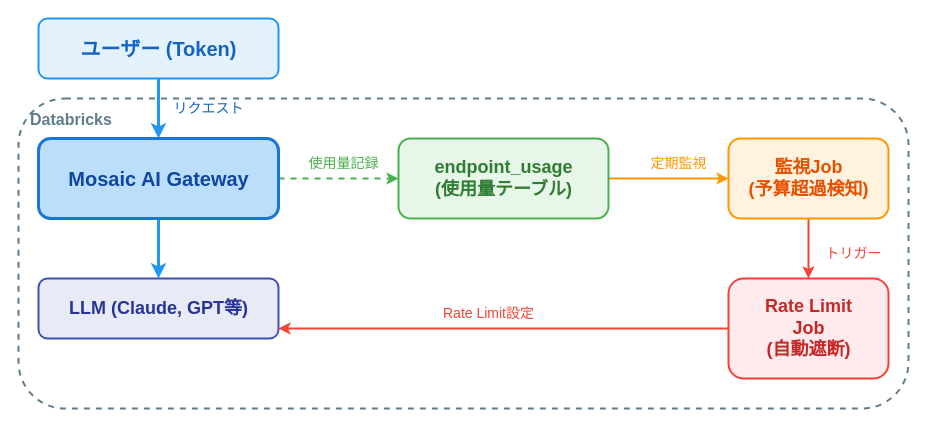
Above: assets/2026-01-27-jedai-ai-gateway/overall-architecture.drawio in i9wa4/i9wa4.github.io (draw.io), before the change. Source tidied: cells renumbered, new cells numbered last; positions are measured from the earlier drawing's top-left corner, leaving out a move shared by most shapes. Both pictures are drawn from the tidied source at 100%, with x=0, y=0 at pixel (18, 18).
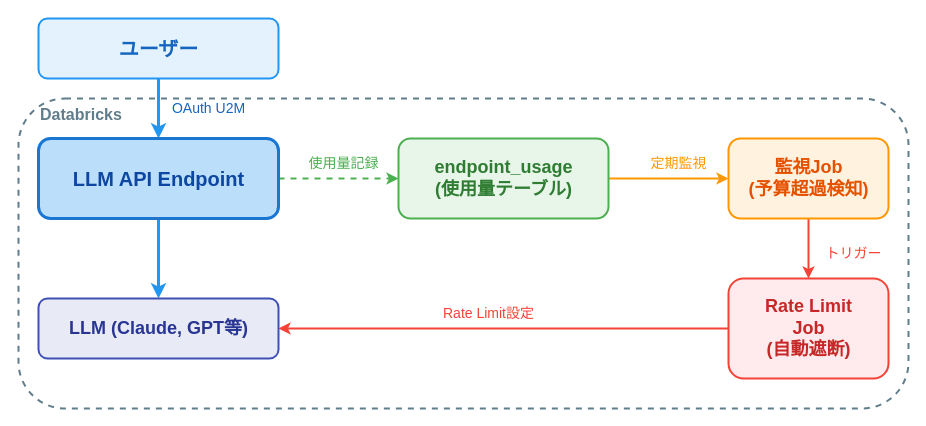
After the change.

The change refers to these unchanged cells:
```xml
<mxCell id="10" style="rounded=1;whiteSpace=wrap;html=1;fillColor=#BBDEFB;strokeColor=#1976D2;strokeWidth=3;" parent="1" vertex="1">
  <mxGeometry x="20" y="120" width="240" height="80" as="geometry" />
</mxCell>
```

What changed in the source:
```diff
@@
+    <mxCell id="25" style="rounded=1;whiteSpace=wrap;html=1;fillColor=none;strokeColor=#607D8B;strokeWidth=2;dashed=1;" parent="1" vertex="1">
+      <mxGeometry y="80" width="890" height="310" as="geometry" />
+    </mxCell>
@@
-    <mxCell id="3" style="edgeStyle=orthogonalEdgeStyle;rounded=0;orthogonalLoop=1;jettySize=auto;html=1;strokeWidth=3;strokeColor=#2196F3;endArrow=classic;" parent="1" edge="1">
-      <mxGeometry relative="1" as="geometry">
-        <mxPoint x="140" y="200" as="sourcePoint" />
-        <mxPoint x="140" y="260" as="targetPoint" />
-      </mxGeometry>
+    <mxCell id="3" style="edgeStyle=orthogonalEdgeStyle;rounded=0;jettySize=auto;html=1;strokeWidth=3;strokeColor=#2196F3;endArrow=classic;exitX=0.5;exitY=1;exitDx=0;exitDy=0;entryX=0.5;entryY=0;entryDx=0;entryDy=0;" parent="1" edge="1" source="10" target="12">
+      <mxGeometry relative="1" as="geometry" />
     </mxCell>
@@
-    <mxCell id="9" value="ユーザー (Token)" style="text;html=1;fontSize=20;fontFamily=Noto Sans JP;fontStyle=1;fontColor=#1565C0;align=center;verticalAlign=middle;" parent="1" vertex="1">
+    <mxCell id="9" value="ユーザー" style="text;html=1;fontSize=20;fontFamily=Noto Sans JP;fontStyle=1;fontColor=#1565C0;align=center;verticalAlign=middle;" parent="1" vertex="1">
       <mxGeometry x="20" y="10" width="240" height="40" as="geometry" />
     </mxCell>
@@
-    <mxCell id="11" value="Mosaic AI Gateway" style="text;html=1;fontSize=20;fontFamily=Noto Sans JP;fontStyle=1;fontColor=#0D47A1;align=center;verticalAlign=middle;" parent="1" vertex="1">
+    <mxCell id="11" value="LLM API Endpoint" style="text;html=1;fontSize=20;fontFamily=Noto Sans JP;fontStyle=1;fontColor=#0D47A1;align=center;verticalAlign=middle;" parent="1" vertex="1">
       <mxGeometry x="20" y="140" width="240" height="40" as="geometry" />
     </mxCell>
     <mxCell id="12" style="rounded=1;whiteSpace=wrap;html=1;fillColor=#E8EAF6;strokeColor=#3F51B5;strokeWidth=2;" parent="1" vertex="1">
-      <mxGeometry x="20" y="260" width="240" height="60" as="geometry" />
+      <mxGeometry x="20" y="280" width="240" height="60" as="geometry" />
     </mxCell>
     <mxCell id="13" value="LLM (Claude, GPT等)" style="text;html=1;fontSize=18;fontFamily=Noto Sans JP;fontStyle=1;fontColor=#283593;align=center;verticalAlign=middle;" parent="1" vertex="1">
-      <mxGeometry x="20" y="270" width="240" height="40" as="geometry" />
+      <mxGeometry x="20" y="290" width="240" height="40" as="geometry" />
     </mxCell>
@@
-    <mxCell id="20" value="リクエスト" style="text;html=1;fontSize=14;fontFamily=Noto Sans JP;fontColor=#1565C0;align=center;" parent="1" vertex="1">
+    <mxCell id="20" value="OAuth U2M" style="text;html=1;fontSize=14;fontFamily=Noto Sans JP;fontColor=#1565C0;align=center;" parent="1" vertex="1">
       <mxGeometry x="150" y="75" width="80" height="25" as="geometry" />
     </mxCell>
@@
-    <mxCell id="25" style="rounded=1;whiteSpace=wrap;html=1;fillColor=none;strokeColor=#607D8B;strokeWidth=2;dashed=1;" parent="1" vertex="1">
-      <mxGeometry y="80" width="890" height="310" as="geometry" />
-    </mxCell>
     <mxCell id="26" value="Databricks" style="text;html=1;fontSize=16;fontFamily=Noto Sans JP;fontStyle=1;fontColor=#607D8B;" parent="1" vertex="1">
-      <mxGeometry x="10" y="85" width="100" height="25" as="geometry" />
+      <mxGeometry x="20" y="80" width="100" height="25" as="geometry" />
     </mxCell>
```
